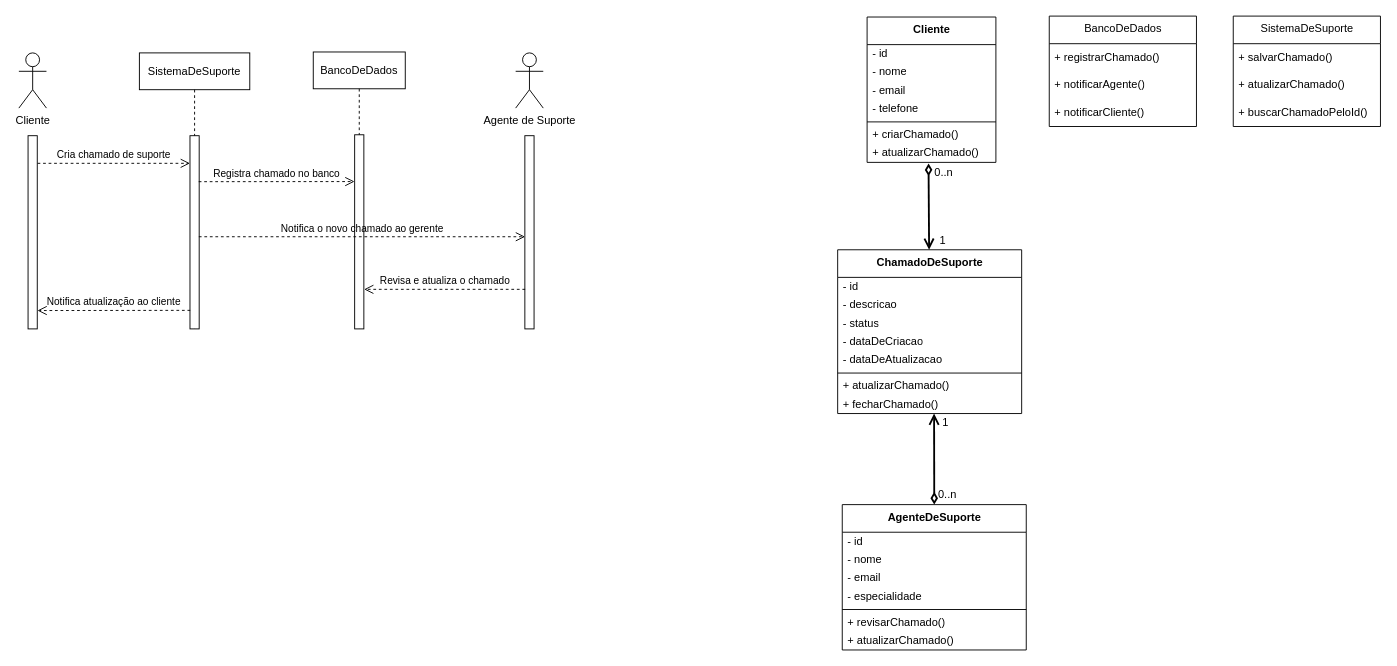
Earlier version of the draw.io diagram 2 Semestre/Tarefa 1/exercicio1.drawio (Patrick510/Design_Software_IFMS). Source tidied: cells renumbered, new cells numbered last; positions are measured from the earlier drawing's top-left corner, leaving out a move shared by most shapes. Both pictures are drawn from the tidied source at 92%, with x=0, y=0 at pixel (18, 16).
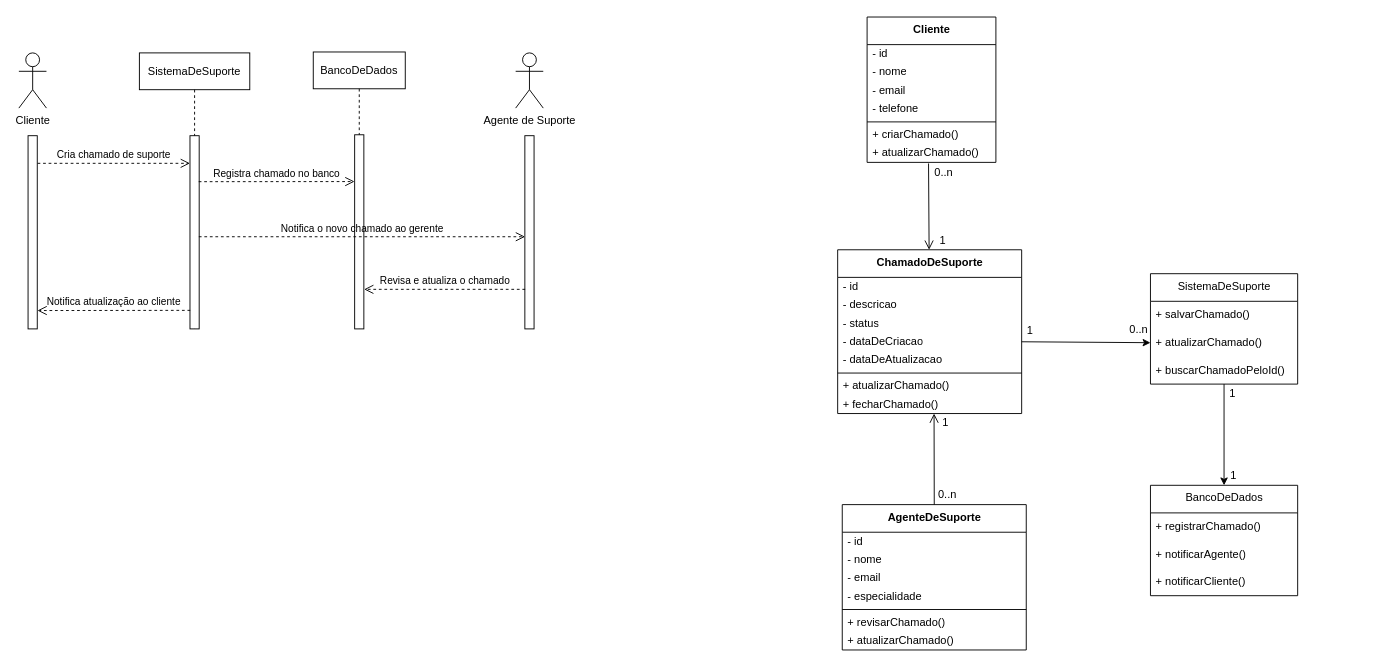
The same diagram, later.

Commit message (it also covers changes not shown here):
chore: Fix whitespace issue in Trabalho 1 - Diagramas - Resolvido.docx

Unchanged cells that the change refers to:
```xml
<mxCell id="9" value="+ atualizarChamado()" style="text;html=1;strokeColor=none;fillColor=none;align=left;verticalAlign=middle;spacingLeft=4;spacingRight=4;overflow=hidden;points=[[0,0.5],[1,0.5]];portConstraint=eastwest;" parent="2" vertex="1">
  <mxGeometry y="138" width="140" height="20" as="geometry" />
</mxCell>
<mxCell id="12" value="+ atualizarChamado()" style="text;html=1;strokeColor=none;fillColor=none;align=left;verticalAlign=middle;spacingLeft=4;spacingRight=4;overflow=hidden;points=[[0,0.5],[1,0.5]];portConstraint=eastwest;" parent="10" vertex="1">
  <mxGeometry y="60" width="160" height="30" as="geometry" />
</mxCell>
<mxCell id="18" value="&lt;b&gt;ChamadoDeSuporte&lt;/b&gt;" style="swimlane;fontStyle=0;align=center;verticalAlign=top;horizontal=1;startSize=30;html=1;" parent="1" vertex="1">
  <mxGeometry x="890" y="254" width="200" height="178" as="geometry" />
</mxCell>
<mxCell id="22" value="- dataDeCriacao" style="text;html=1;strokeColor=none;fillColor=none;align=left;verticalAlign=middle;spacingLeft=4;spacingRight=4;overflow=hidden;points=[[0,0.5],[1,0.5]];portConstraint=eastwest;" parent="18" vertex="1">
  <mxGeometry y="90" width="200" height="20" as="geometry" />
</mxCell>
<mxCell id="26" value="+ fecharChamado()" style="text;html=1;strokeColor=none;fillColor=none;align=left;verticalAlign=middle;spacingLeft=4;spacingRight=4;overflow=hidden;points=[[0,0.5],[1,0.5]];portConstraint=eastwest;" parent="18" vertex="1">
  <mxGeometry y="158" width="200" height="20" as="geometry" />
</mxCell>
<mxCell id="27" value="&lt;b&gt;AgenteDeSuporte&lt;/b&gt;" style="swimlane;fontStyle=0;align=center;verticalAlign=top;horizontal=1;startSize=30;html=1;" parent="1" vertex="1">
  <mxGeometry x="895" y="531" width="200" height="158" as="geometry" />
</mxCell>
```

Change to the diagram source:
```diff
@@
+    <mxCell id="54" style="edgeStyle=none;html=1;entryX=0.5;entryY=0;entryDx=0;entryDy=0;" parent="1" edge="1" source="10" target="14">
+      <mxGeometry relative="1" as="geometry" />
+    </mxCell>
     <mxCell id="10" value="SistemaDeSuporte" style="swimlane;fontStyle=0;align=center;verticalAlign=top;horizontal=1;startSize=30;html=1;" parent="1" vertex="1">
-      <mxGeometry x="1320" width="160" height="120" as="geometry" />
+      <mxGeometry x="1230" y="280" width="160" height="120" as="geometry" />
     </mxCell>
@@
     <mxCell id="14" value="BancoDeDados" style="swimlane;fontStyle=0;align=center;verticalAlign=top;horizontal=1;startSize=30;html=1;" parent="1" vertex="1">
-      <mxGeometry x="1120" width="160" height="120" as="geometry" />
+      <mxGeometry x="1230" y="510" width="160" height="120" as="geometry" />
     </mxCell>
@@
-    <mxCell id="35" style="endArrow=open;startArrow=diamondThin;endFill=0;startFill=0;html=1;verticalAlign=bottom;labelBackgroundColor=none;strokeWidth=2;startSize=8;endSize=8;exitX=0.477;exitY=1.06;exitDx=0;exitDy=0;exitPerimeter=0;" parent="1" edge="1" source="9" target="18">
+    <mxCell id="35" style="endArrow=open;startArrow=none;endFill=0;startFill=0;html=1;verticalAlign=bottom;labelBackgroundColor=none;strokeWidth=1;startSize=8;endSize=8;exitX=0.477;exitY=1.06;exitDx=0;exitDy=0;exitPerimeter=0;" parent="1" edge="1" source="9" target="18">
       <mxGeometry relative="1" as="geometry" />
     </mxCell>
-    <mxCell id="36" style="endArrow=open;startArrow=diamondThin;endFill=0;startFill=0;html=1;verticalAlign=bottom;labelBackgroundColor=none;strokeWidth=2;startSize=8;endSize=8;exitX=0.5;exitY=0;exitDx=0;exitDy=0;entryX=0.524;entryY=1;entryDx=0;entryDy=0;entryPerimeter=0;" parent="1" edge="1" source="27" target="26">
+    <mxCell id="36" style="endArrow=open;startArrow=none;endFill=0;startFill=0;html=1;verticalAlign=bottom;labelBackgroundColor=none;strokeWidth=1;startSize=8;endSize=8;exitX=0.5;exitY=0;exitDx=0;exitDy=0;entryX=0.524;entryY=1;entryDx=0;entryDy=0;entryPerimeter=0;" parent="1" edge="1" source="27" target="26">
       <mxGeometry relative="1" as="geometry" />
     </mxCell>
@@
+    <mxCell id="55" style="edgeStyle=none;html=1;exitX=1;exitY=0.5;exitDx=0;exitDy=0;entryX=0;entryY=0.5;entryDx=0;entryDy=0;" parent="1" edge="1" source="22" target="12">
+      <mxGeometry relative="1" as="geometry" />
+    </mxCell>
+    <mxCell id="56" value="1" style="text;html=1;strokeColor=none;fillColor=none;align=center;verticalAlign=middle;whiteSpace=wrap;rounded=0;" parent="1" vertex="1">
+      <mxGeometry x="1091" y="332" width="17" height="20" as="geometry" />
+    </mxCell>
+    <mxCell id="57" value="0..n" style="text;html=1;strokeColor=none;fillColor=none;align=center;verticalAlign=middle;whiteSpace=wrap;rounded=0;" parent="1" vertex="1">
+      <mxGeometry x="1209" y="331" width="17" height="20" as="geometry" />
+    </mxCell>
+    <mxCell id="58" value="1" style="text;html=1;strokeColor=none;fillColor=none;align=center;verticalAlign=middle;whiteSpace=wrap;rounded=0;" parent="1" vertex="1">
+      <mxGeometry x="1311" y="400" width="17" height="20" as="geometry" />
+    </mxCell>
+    <mxCell id="59" value="1" style="text;html=1;strokeColor=none;fillColor=none;align=center;verticalAlign=middle;whiteSpace=wrap;rounded=0;" parent="1" vertex="1">
+      <mxGeometry x="1312" y="490" width="17" height="20" as="geometry" />
+    </mxCell>
```
